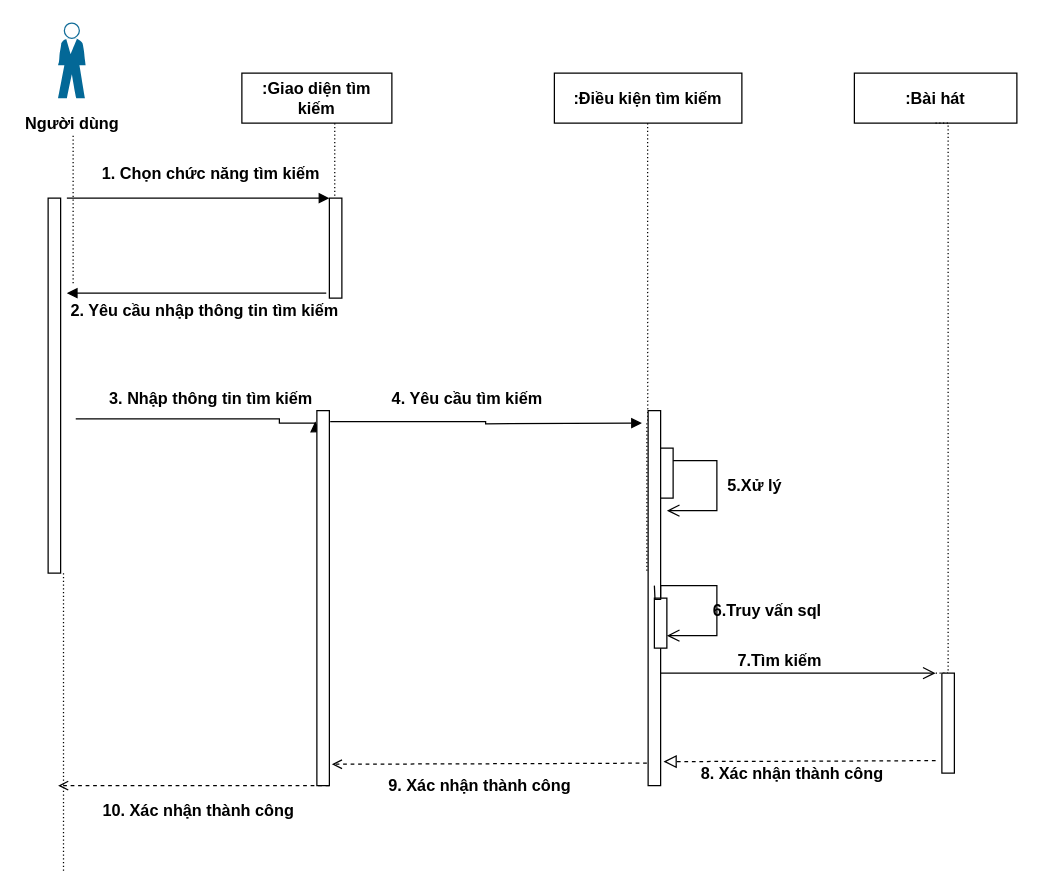
Before: page "tuần tự tìm kiếm" (3 of 4) of Untitled Diagram.drawio in pophuong2610/hello, a draw.io diagram. Source tidied: cells renumbered, new cells numbered last; positions are measured from the earlier drawing's top-left corner, leaving out a move shared by most shapes. Both pictures are drawn from the tidied source at 125%, with x=0, y=0 at pixel (21, 22).
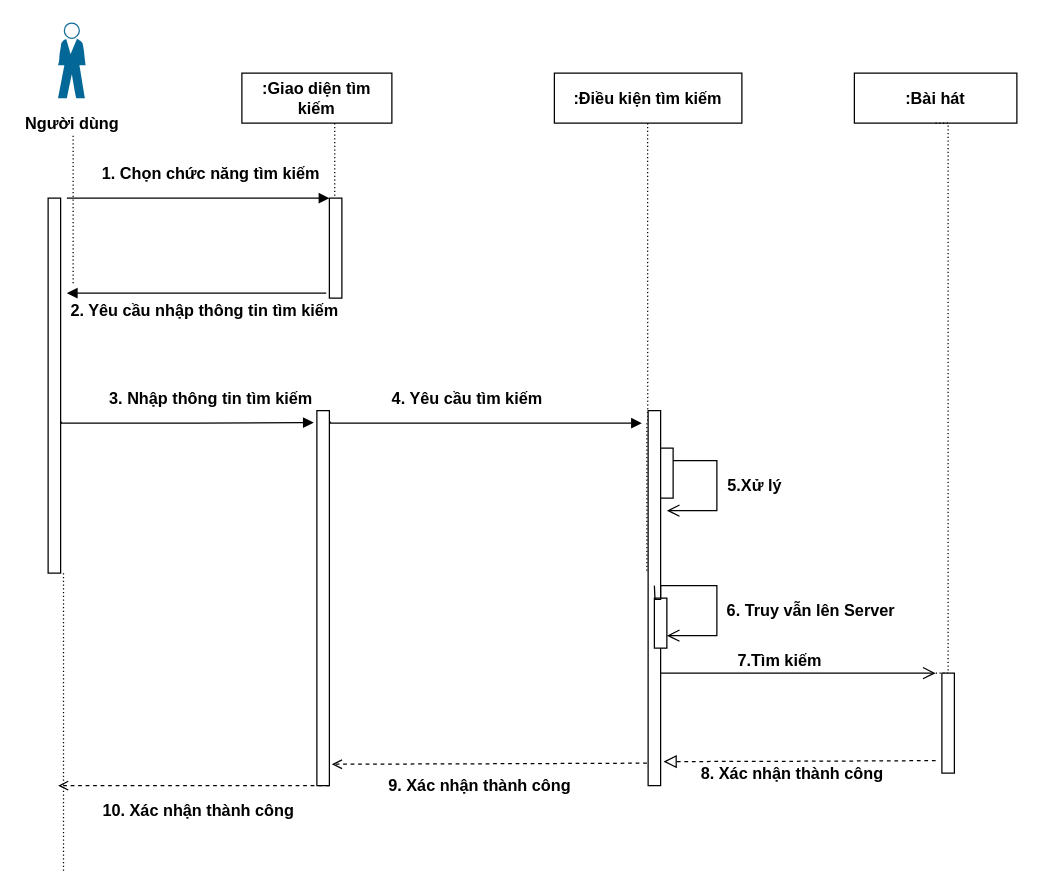
Above is the later version.

Unchanged cells that the change refers to:
```xml
<mxCell id="35" style="html=1;points=[];perimeter=orthogonalPerimeter;fontSize=12;" parent="1" vertex="1">
  <mxGeometry x="21" y="140" width="10" height="300" as="geometry" />
</mxCell>
<mxCell id="36" style="html=1;points=[];perimeter=orthogonalPerimeter;fontSize=12;" parent="1" vertex="1">
  <mxGeometry x="236" y="310" width="10" height="300" as="geometry" />
</mxCell>
```

What changed in the source:
```diff
@@
-    <mxCell id="15" style="html=1;verticalAlign=bottom;labelBackgroundColor=none;endArrow=block;endFill=1;rounded=0;edgeStyle=orthogonalEdgeStyle;exitX=1.414;exitY=0.463;exitDx=0;exitDy=0;exitPerimeter=0;fontStyle=1;fontSize=13;entryX=-0.133;entryY=0.029;entryDx=0;entryDy=0;entryPerimeter=0;" parent="1" edge="1" target="36">
+    <mxCell id="15" style="html=1;verticalAlign=bottom;labelBackgroundColor=none;endArrow=block;endFill=1;rounded=0;edgeStyle=orthogonalEdgeStyle;exitX=1.053;exitY=0.596;exitDx=0;exitDy=0;exitPerimeter=0;fontStyle=1;fontSize=13;entryX=-0.253;entryY=0.032;entryDx=0;entryDy=0;entryPerimeter=0;" parent="1" edge="1" source="35" target="36">
       <mxGeometry relative="1" as="geometry">
-        <mxPoint x="43.1" y="316.5" as="sourcePoint" />
         <Array as="points">
-          <mxPoint x="206" y="317" />
-          <mxPoint x="206" y="320" />
-          <mxPoint x="235" y="320" />
+          <mxPoint x="32" y="320" />
+          <mxPoint x="139" y="320" />
         </Array>
       </mxGeometry>
     </mxCell>
@@
     <mxCell id="17" style="html=1;verticalAlign=bottom;labelBackgroundColor=none;endArrow=block;endFill=1;rounded=0;edgeStyle=orthogonalEdgeStyle;fontStyle=1;fontSize=13;exitX=1.067;exitY=0.029;exitDx=0;exitDy=0;exitPerimeter=0;" parent="1" edge="1" source="36">
       <mxGeometry relative="1" as="geometry">
         <mxPoint x="496" y="320" as="targetPoint" />
+        <Array as="points">
+          <mxPoint x="247" y="320" />
+        </Array>
       </mxGeometry>
     </mxCell>
@@
-    <mxCell id="24" value="6.Truy vấn sql" style="text;html=1;align=center;verticalAlign=middle;strokeColor=none;fontStyle=1;fontSize=13;" parent="1" vertex="1">
-      <mxGeometry x="546" y="460" width="100" height="20" as="geometry" />
+    <mxCell id="24" value="6. Truy vẫn lên Server" style="text;html=1;align=center;verticalAlign=middle;strokeColor=none;fontStyle=1;fontSize=13;" parent="1" vertex="1">
+      <mxGeometry x="556" y="460" width="150" height="20" as="geometry" />
     </mxCell>
```
